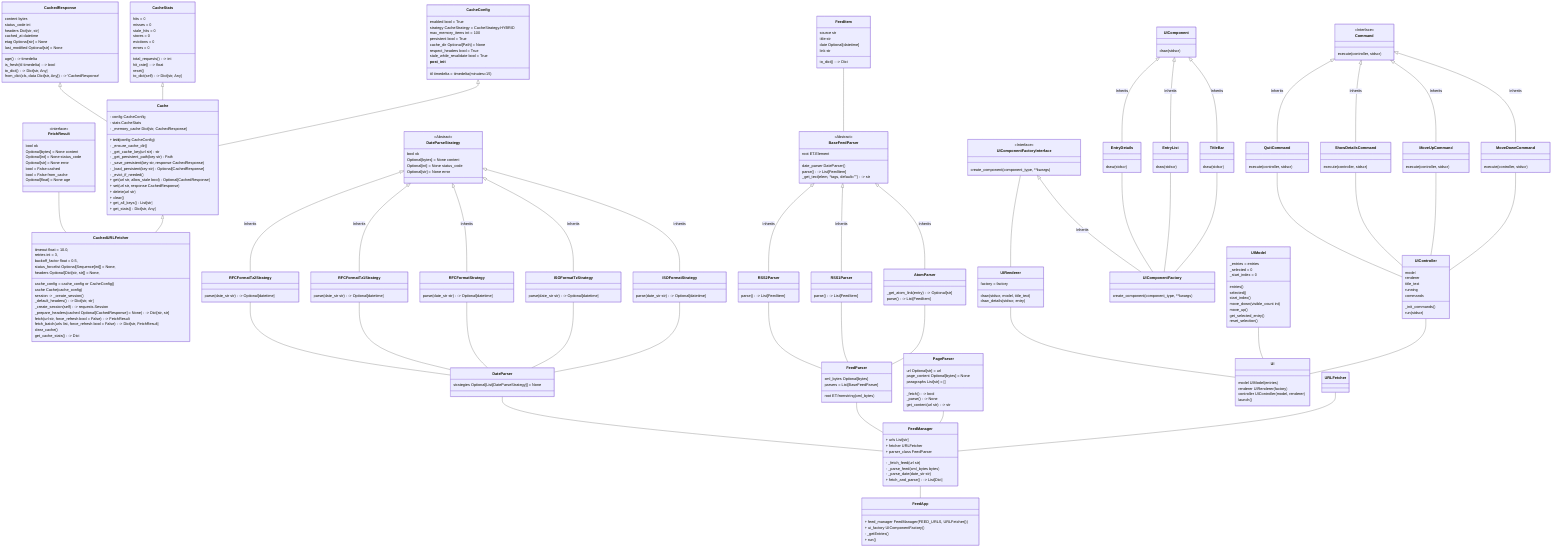
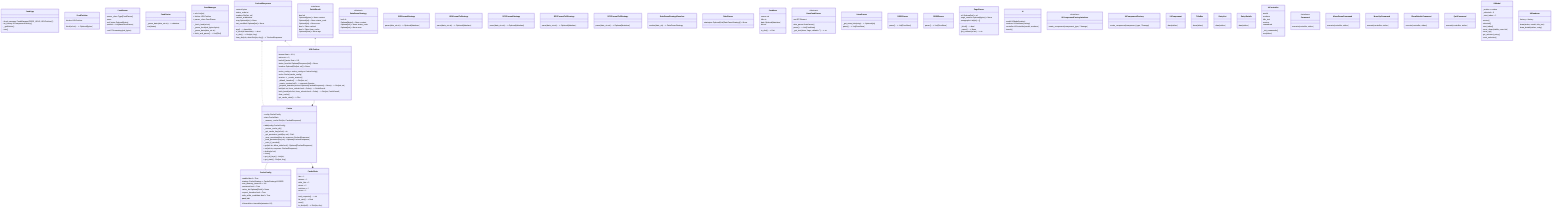
classDiagram
    direction TB
    %% src/app
    class FeedApp
        FeedApp: + feed_manager FeedManager(FEED_URLS, URLFetcher())
        FeedApp: + ui_factory UIComponentFactory()
        FeedApp: - _getEntries()
        FeedApp: + run()
+     class FeedFetcher
+         FeedFetcher: fetcher URLFetcher
+         FeedFetcher: fetch(url str) -> Optional[bytes]
+     class FeedParser
+         FeedParser: parser_class Type[FeedParser]
+         FeedParser: parse
+     class FeedSorter
+         FeedSorter: _parse_date(date_str str) -> datetime
+         FeedSorter: sort(items)
    class FeedManager
        FeedManager: + urls List[str]
        FeedManager: + fetcher URLFetcher
        FeedManager: + parser_class FeedParser
        FeedManager: - _fetch_feed(url str)
        FeedManager: - _parse_feed(xml_bytes bytes)
        FeedManager: - _parse_date(date_str str)
        FeedManager: + fetch_and_parse() -> List[Dict]

    %% src/fetchers
-     class FetchResult
-         <<interface>> FetchResult
-             FetchResult: bool ok
-             FetchResult: Optional[bytes] = None content
-             FetchResult: Optional[int] = None status_code
-             FetchResult: Optional[str] = None error
-             FetchResult: bool = False cached
-             FetchResult: bool = False from_cache
-             FetchResult: Optional[float] = None age
-     class CachedURLFetcher
-         CachedURLFetcher: timeout float = 10.0,
-         CachedURLFetcher: retries int = 3,
-         CachedURLFetcher: backoff_factor float = 0.5,
-         CachedURLFetcher: status_forcelist Optional[Sequence[int]] = None,
-         CachedURLFetcher: headers Optional[Dict[str, str]] = None,
-         CachedURLFetcher: cache_config = cache_config or CacheConfig()
-         CachedURLFetcher: cache Cache(cache_config)
-         CachedURLFetcher: session -> _create_session()
-         CachedURLFetcher: _default_headers() -> Dict[str, str]
-         CachedURLFetcher: _create_session(self) -> requests.Session
-         CachedURLFetcher: _prepare_headers(cached Optional[CachedResponse] = None) -> Dict[str, str]
-         CachedURLFetcher: fetch(url str, force_refresh bool = False) -> FetchResult
-         CachedURLFetcher: fetch_batch(urls list, force_refresh bool = False) -> Dict[str, FetchResult]
-         CachedURLFetcher: clear_cache()
-         CachedURLFetcher: get_cache_stats() -> Dict
    class CachedResponse
        CachedResponse: content bytes
        CachedResponse: status_code int
        CachedResponse: headers Dict[str, str]
        CachedResponse: cached_at datetime
        CachedResponse: etag Optional[str] = None
        CachedResponse: last_modified Optional[str] = None
        CachedResponse: age() -> timedelta
        CachedResponse: is_fresh(ttl timedelta) -> bool
        CachedResponse: to_dict() -> Dict[str, Any]
        CachedResponse: from_dict(cls, data Dict[str, Any]) -> 'CachedResponse'
    class CacheConfig
        CacheConfig: enabled bool = True
        CacheConfig: strategy CacheStrategy = CacheStrategy.HYBRID
        CacheConfig: ttl timedelta = timedelta(minutes=15)
        CacheConfig: max_memory_items int = 100
        CacheConfig: persistent bool = True
        CacheConfig: cache_dir Optional[Path] = None
        CacheConfig: respect_headers bool = True
        CacheConfig: stale_while_revalidate bool = True
        CacheConfig: __post_init__
    class CacheStats
        CacheStats: hits = 0
        CacheStats: misses = 0
        CacheStats: stale_hits = 0
        CacheStats: stores = 0
        CacheStats: evictions = 0
        CacheStats: errors = 0
        CacheStats: total_requests() -> int
        CacheStats: hit_rate() -> float
        CacheStats: reset()
        CacheStats: to_dict(self) -> Dict[str, Any]
    class Cache
        Cache: - config CacheConfig
        Cache: - stats CacheStats
        Cache: - _memory_cache Dict[str, CachedResponse]
        Cache: + __init__(config CacheConfig)
        Cache: - _ensure_cache_dir()
        Cache: - _get_cache_key(url str) str
        Cache: - _get_persistent_path(key str) Path
        Cache: - _save_persistent(key str, response CachedResponse)
        Cache: - _load_persistent(key str) Optional[CachedResponse]
        Cache: - _evict_if_needed()
        Cache: + get(url str, allow_stale bool) Optional[CachedResponse]
        Cache: + set(url str, response CachedResponse)
        Cache: + delete(url str)
        Cache: + clear()
        Cache: + get_all_keys() List[str]
        Cache: + get_stats() Dict[str, Any]
+     class FetchResult
+         <<interface>> FetchResult
+             FetchResult: bool ok
+             FetchResult: Optional[bytes] = None content
+             FetchResult: Optional[int] = None status_code
+             FetchResult: Optional[str] = None error
+             FetchResult: bool = False cached
+             FetchResult: bool = False from_cache
+             FetchResult: Optional[float] = None age
+     class URLFetcher
+         URLFetcher: timeout float = 10.0,
+         URLFetcher: retries int = 3,
+         URLFetcher: backoff_factor float = 0.5,
+         URLFetcher: status_forcelist Optional[Sequence[int]] = None,
+         URLFetcher: headers Optional[Dict[str, str]] = None,
+         URLFetcher: cache_config = cache_config or CacheConfig()
+         URLFetcher: cache Cache(cache_config)
+         URLFetcher: session -> _create_session()
+         URLFetcher: _default_headers() -> Dict[str, str]
+         URLFetcher: _create_session(self) -> requests.Session
+         URLFetcher: _prepare_headers(cached Optional[CachedResponse] = None) -> Dict[str, str]
+         URLFetcher: fetch(url str, force_refresh bool = False) -> FetchResult
+         URLFetcher: fetch_batch(urls list, force_refresh bool = False) -> Dict[str, FetchResult]
+         URLFetcher: clear_cache()
+         URLFetcher: get_cache_stats() -> Dict

    %% src/parsers
    class DateParseStrategy
        <<Abstract>> DateParseStrategy
            DateParseStrategy: bool ok
            DateParseStrategy: Optional[bytes] = None content
            DateParseStrategy: Optional[int] = None status_code
            DateParseStrategy: Optional[str] = None error
    class ISOFormatStrategy
        ISOFormatStrategy: parse(date_str str) -> Optional[datetime]
    class ISOFormatTzStrategy
        ISOFormatTzStrategy: parse(date_str str) -> Optional[datetime]
    class RFCFormatStrategy
        RFCFormatStrategy: parse(date_str str) -> Optional[datetime]
    class RFCFormatTz1Strategy
        RFCFormatTz1Strategy: parse(date_str str) -> Optional[datetime]
    class RFCFormatTz2Strategy
        RFCFormatTz2Strategy: parse(date_str str) -> Optional[datetime]
+     class DateParseStrategyResolver
+         DateParseStrategyResolver: resolve(date_str) -> DateParseStrategy
    class DateParser
        DateParser: strategies Optional[List[DateParseStrategy]] = None

    class FeedItem
        FeedItem: source str
        FeedItem: title str
        FeedItem: date Optional[datetime]
        FeedItem: link str
        FeedItem: to_dict() -> Dict

    class BaseFeedParser
        <<Abstract>> BaseFeedParser
            BaseFeedParser: root ET.Element
            BaseFeedParser: date_parser DateParser()
        BaseFeedParser: parse() -> List[FeedItem]
        BaseFeedParser: _get_text(elem, *tags, default="") -> str
    class AtomParser
        AtomParser: _get_atom_link(entry) -> Optional[str]
        AtomParser: parse() -> List[FeedItem]
    class RSS1Parser
        RSS1Parser: parse() -> List[FeedItem]
    class RSS2Parser
        RSS2Parser: parse() -> List[FeedItem]
    class FeedParser
        FeedParser: xml_bytes Optional[bytes]
        FeedParser: root ET.fromstring(xml_bytes)
        FeedParser: parsers = List[BaseFeedParser]

    class PageParser
        PageParser: url Optional[str] = url
        PageParser: page_content Optional[bytes] = None
        PageParser: paragraphs List[str] = []
        PageParser: _fetch() -> bool
        PageParser: _parse() -> None
        PageParser: get_content(url str) -> str

+     %% src/tui
    class UI
        UI: model UIModel(entries)
        UI: renderer UIRenderer(factory)
        UI: controller UIController(model, renderer)
        UI: launch()

    class UIComponentFactoryInterface
        <<Interface>> UIComponentFactoryInterface
            UIComponentFactoryInterface: create_component(component_type, **kwargs)
    class UIComponentFactory
        UIComponentFactory: create_component(component_type, **kwargs)

    class UIComponent
        UIComponent: draw(stdscr)
    class TitleBar
        TitleBar: draw(stdscr)
    class EntryList
        EntryList: draw(stdscr)
    class EntryDetails
        EntryDetails: draw(stdscr)

    class UIController
        UIController: model
        UIController: renderer
        UIController: title_text
        UIController: running
        UIController: commands
        UIController: _init_commands()
        UIController: run(stdscr)

    class Command
        <<Interface>> Command
            Command: execute(controller, stdscr)
    class MoveDownCommand
        MoveDownCommand: execute(controller, stdscr)
    class MoveUpCommand
        MoveUpCommand: execute(controller, stdscr)
    class ShowDetailsCommand
        ShowDetailsCommand: execute(controller, stdscr)
    class QuitCommand
        QuitCommand: execute(controller, stdscr)

    class UIModel
        UIModel: _entries = entries
        UIModel: _selected = 0
        UIModel: _start_index = 0
        UIModel: entries()
        UIModel: selected()
        UIModel: start_index()
        UIModel: move_down(visible_count int)
        UIModel: move_up()
        UIModel: get_selected_entry()
        UIModel: reset_selection()

    class UIRenderer
        UIRenderer: factory = factory
        UIRenderer: draw(stdscr, model, title_text)
        UIRenderer: draw_details(stdscr, entry)

    %% #######
    %% FETCHERS
    %% #######

-     FetchResult -- CachedURLFetcher
- 
-     CacheConfig <|-- Cache
-     CacheStats <|-- Cache
-     CachedResponse <|-- Cache
-     Cache <|-- CachedURLFetcher
+     CachedResponse <..URLFetcher
+     CachedResponse <.. Cache
+     FetchResult <.. URLFetcher
+     Cache --o CacheConfig
+     Cache --* CacheStats
+     URLFetcher --* Cache

    %% #######
    %% PARSERS
    %% #######

-     DateParseStrategy <|-- ISOFormatStrategy : Inherits
-     DateParseStrategy <|-- ISOFormatTzStrategy : Inherits
-     DateParseStrategy <|-- RFCFormatStrategy : Inherits
-     DateParseStrategy <|-- RFCFormatTz1Strategy : Inherits
-     DateParseStrategy <|-- RFCFormatTz2Strategy : Inherits
- 
-     ISOFormatStrategy -- DateParser
-     ISOFormatTzStrategy -- DateParser
-     RFCFormatStrategy -- DateParser
-     RFCFormatTz1Strategy -- DateParser
-     RFCFormatTz2Strategy -- DateParser
- 
-     BaseFeedParser <|-- AtomParser : Inherits
-     BaseFeedParser <|-- RSS1Parser : Inherits
-     BaseFeedParser <|-- RSS2Parser : Inherits
- 
-     FeedItem -- BaseFeedParser
- 
-     AtomParser -- FeedParser
-     RSS1Parser -- FeedParser
-     RSS2Parser -- FeedParser
- 
    %% #######
    %% TUI
    %% #######

-     UIComponentFactoryInterface <|-- UIComponentFactory : Inherits
-     UIComponentFactoryInterface -- UIRenderer
- 
-     UIComponent <|-- TitleBar : Inherits
-     UIComponent <|-- EntryList : Inherits
-     UIComponent <|-- EntryDetails : Inherits
- 
-     TitleBar -- UIComponentFactory
-     EntryList -- UIComponentFactory
-     EntryDetails -- UIComponentFactory
- 
-     Command <|-- MoveDownCommand : Inherits
-     Command <|-- MoveUpCommand : Inherits
-     Command <|-- ShowDetailsCommand : Inherits
-     Command <|-- QuitCommand : Inherits
- 
-     MoveDownCommand -- UIController
-     MoveUpCommand -- UIController
-     ShowDetailsCommand -- UIController
-     QuitCommand -- UIController
- 
-     UIModel -- UI
-     UIRenderer -- UI
-     UIController -- UI
- 
    %% #######
    %% APP
-     %% #######
- 
-     PageParser -- FeedManager
-     FeedParser -- FeedManager
-     DateParser -- FeedManager
-     URLFetcher -- FeedManager
- 
-     FeedManager -- FeedApp+     %% #######